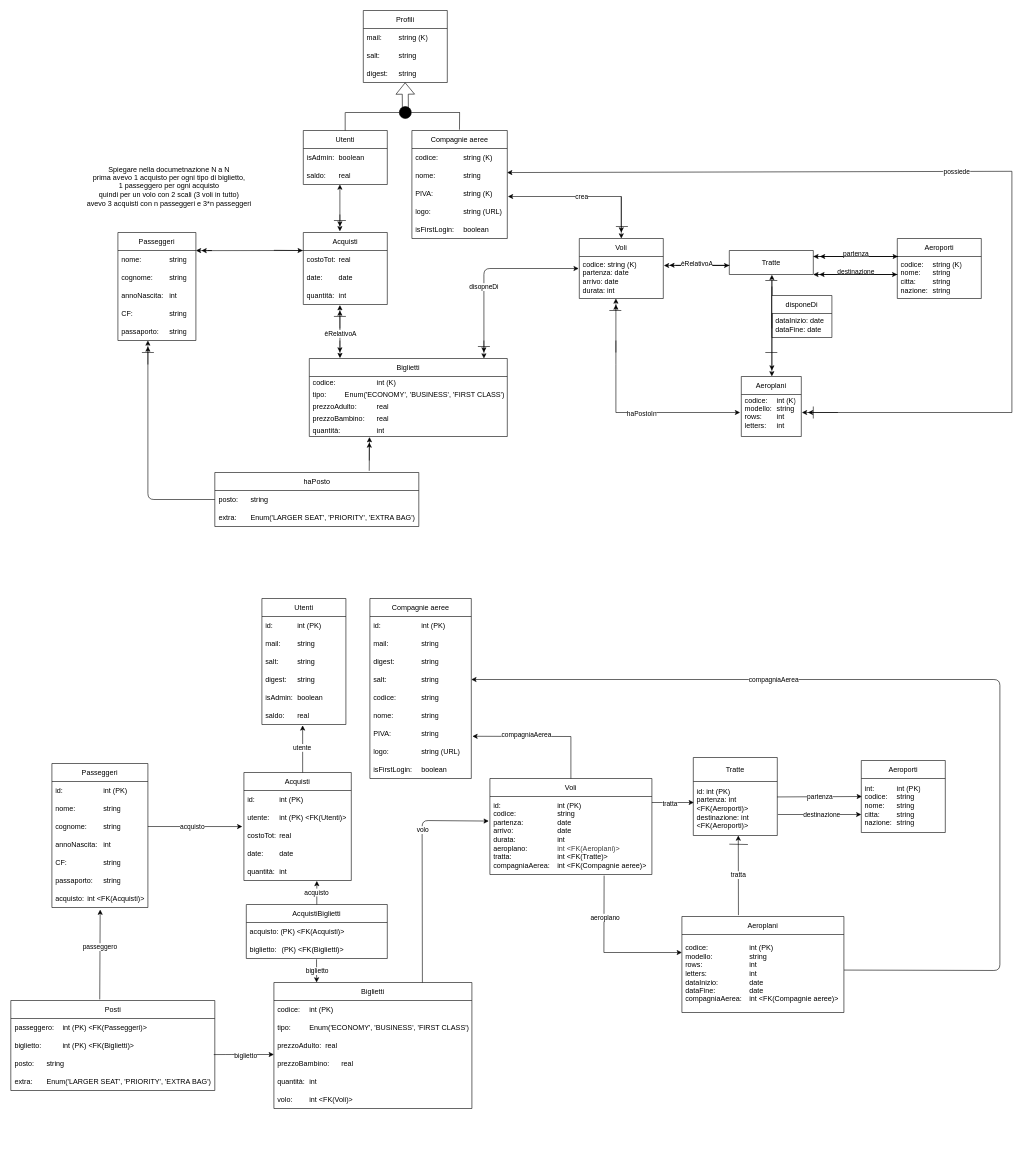
This is BD/DB.drawio from giovanni-quacchia/Airports_projects, a draw.io file, before an edit. Source tidied: cells renumbered, new cells numbered last; positions are measured from the earlier drawing's top-left corner, leaving out a move shared by most shapes. Both pictures are drawn from the tidied source at 60%, with x=0, y=0 at pixel (11, 10).
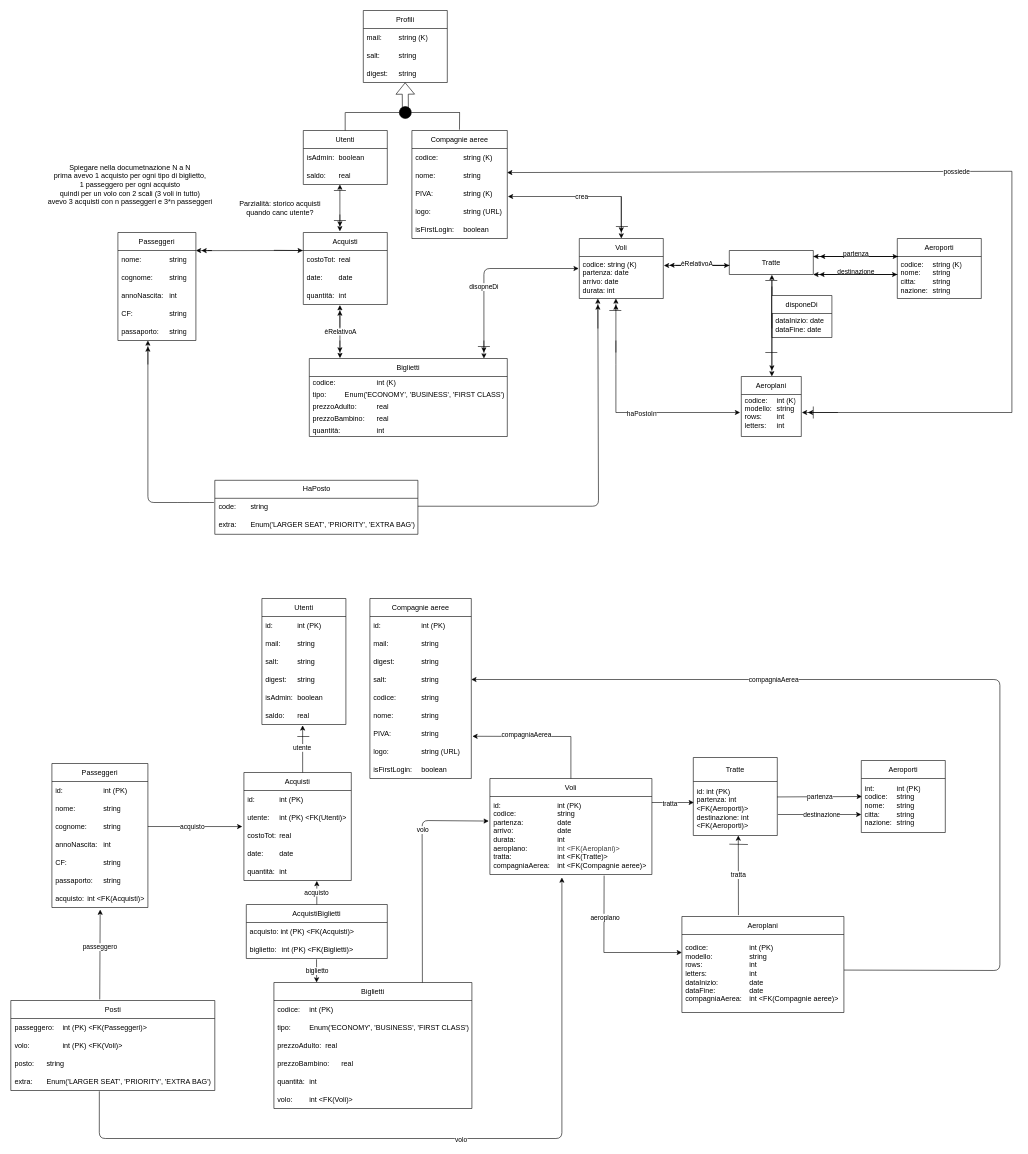
Above is the later version.

Unchanged cells that the change refers to:
```xml
<mxCell id="38" value="quantità: &lt;span style=&quot;white-space: pre;&quot;&gt;&#9;&lt;span style=&quot;white-space: pre;&quot;&gt;&#9;&lt;/span&gt;&lt;span style=&quot;white-space: pre;&quot;&gt;&#9;&lt;/span&gt;&lt;/span&gt;int" style="text;strokeColor=none;fillColor=none;align=left;verticalAlign=middle;spacingLeft=4;spacingRight=4;overflow=hidden;points=[[0,0.5],[1,0.5]];portConstraint=eastwest;whiteSpace=wrap;html=1;" parent="33" vertex="1">
  <mxGeometry y="110" width="330" height="20" as="geometry" />
</mxCell>
<mxCell id="77" style="endArrow=classic;startArrow=classic;html=1;exitX=0.155;exitY=-0.005;exitDx=0;exitDy=0;exitPerimeter=0;" parent="1" edge="1" source="33">
  <mxGeometry relative="1" as="geometry">
    <mxPoint x="548" y="491" as="targetPoint" />
  </mxGeometry>
</mxCell>
<mxCell id="151" value="Posti" style="swimlane;fontStyle=0;horizontal=1;startSize=30;whiteSpace=wrap;html=1;" parent="1" vertex="1">
  <mxGeometry x="-0.5" y="1650" width="340" height="150" as="geometry" />
</mxCell>
<mxCell id="155" value="extra:&amp;nbsp;&lt;span style=&quot;white-space: pre;&quot;&gt;&#9;&lt;/span&gt;&lt;span style=&quot;color: rgb(0, 0, 0);&quot;&gt;Enum('LARGER SEAT', 'PRIORITY', 'EXTRA BAG')&lt;/span&gt;" style="text;strokeColor=none;fillColor=none;align=left;verticalAlign=middle;spacingLeft=4;spacingRight=4;overflow=hidden;points=[[0,0.5],[1,0.5]];portConstraint=eastwest;whiteSpace=wrap;html=1;" parent="151" vertex="1">
  <mxGeometry y="120" width="340" height="30" as="geometry" />
</mxCell>
<mxCell id="160" value="AcquistiBiglietti" style="swimlane;fontStyle=0;horizontal=1;startSize=30;whiteSpace=wrap;html=1;" parent="1" vertex="1">
  <mxGeometry x="392" y="1490" width="235" height="90" as="geometry" />
</mxCell>
```

The edit, as a diff of the source:
```diff
@@
     <mxCell id="78" value="èRelativoA" style="edgeLabel;html=1;align=center;verticalAlign=middle;" parent="77" vertex="1">
-      <mxGeometry x="-0.07" relative="1" as="geometry" />
+      <mxGeometry x="-0.07" relative="1" as="geometry">
+        <mxPoint y="-4" as="offset" />
+      </mxGeometry>
     </mxCell>
@@
-    <mxCell id="80" style="endArrow=none;html=1;" parent="1" edge="1">
-      <mxGeometry relative="1" as="geometry">
-        <mxPoint x="538" y="509.9" as="sourcePoint" />
-        <mxPoint x="558" y="509.9" as="targetPoint" />
-      </mxGeometry>
-    </mxCell>
@@
-    <mxCell id="88" value="haPosto" style="swimlane;fontStyle=0;horizontal=1;startSize=30;whiteSpace=wrap;html=1;" parent="1" vertex="1">
-      <mxGeometry x="339.5" y="770" width="340" height="90" as="geometry" />
+    <mxCell id="88" value="HaPosto" style="swimlane;fontStyle=0;horizontal=1;startSize=30;whiteSpace=wrap;html=1;" parent="1" vertex="1">
+      <mxGeometry x="339.5" y="783" width="338.5" height="90" as="geometry" />
     </mxCell>
-    <mxCell id="89" value="posto: &lt;span style=&quot;white-space: pre;&quot;&gt;&#9;&lt;/span&gt;string" style="text;strokeColor=none;fillColor=none;align=left;verticalAlign=middle;spacingLeft=4;spacingRight=4;overflow=hidden;points=[[0,0.5],[1,0.5]];portConstraint=eastwest;whiteSpace=wrap;html=1;" parent="88" vertex="1">
-      <mxGeometry y="30" width="340" height="30" as="geometry" />
+    <mxCell id="89" value="code: &lt;span style=&quot;white-space: pre;&quot;&gt;&#9;&lt;/span&gt;string" style="text;strokeColor=none;fillColor=none;align=left;verticalAlign=middle;spacingLeft=4;spacingRight=4;overflow=hidden;points=[[0,0.5],[1,0.5]];portConstraint=eastwest;whiteSpace=wrap;html=1;" parent="88" vertex="1">
+      <mxGeometry y="30" width="338.5" height="30" as="geometry" />
     </mxCell>
     <mxCell id="90" value="extra:&amp;nbsp;&lt;span style=&quot;white-space: pre;&quot;&gt;&#9;&lt;/span&gt;&lt;span style=&quot;color: rgb(0, 0, 0);&quot;&gt;Enum('LARGER SEAT', 'PRIORITY', 'EXTRA BAG')&lt;/span&gt;" style="text;strokeColor=none;fillColor=none;align=left;verticalAlign=middle;spacingLeft=4;spacingRight=4;overflow=hidden;whiteSpace=wrap;html=1;" parent="88" vertex="1">
-      <mxGeometry y="60" width="340" height="30" as="geometry" />
+      <mxGeometry y="60" width="338.5" height="30" as="geometry" />
     </mxCell>
@@
-    <mxCell id="153" value="biglietto:&amp;nbsp;&lt;span style=&quot;white-space: pre;&quot;&gt;&#9;&lt;/span&gt;&lt;span style=&quot;white-space: pre;&quot;&gt;&#9;&lt;/span&gt;int (PK) &amp;lt;FK(Biglietti)&amp;gt;" style="text;strokeColor=none;fillColor=none;align=left;verticalAlign=middle;spacingLeft=4;spacingRight=4;overflow=hidden;points=[[0,0.5],[1,0.5]];portConstraint=eastwest;whiteSpace=wrap;html=1;" parent="151" vertex="1">
+    <mxCell id="153" value="volo:&amp;nbsp;&lt;span style=&quot;white-space: pre;&quot;&gt;&#9;&lt;/span&gt;&lt;span style=&quot;white-space: pre;&quot;&gt;&#9;&lt;/span&gt;int (PK) &amp;lt;FK(Voli)&amp;gt;" style="text;strokeColor=none;fillColor=none;align=left;verticalAlign=middle;spacingLeft=4;spacingRight=4;overflow=hidden;points=[[0,0.5],[1,0.5]];portConstraint=eastwest;whiteSpace=wrap;html=1;" parent="151" vertex="1">
       <mxGeometry y="60" width="340" height="30" as="geometry" />
     </mxCell>
@@
-    <mxCell id="161" value="acquisto: (PK) &amp;lt;FK(Acquisti)&amp;gt;" style="text;strokeColor=none;fillColor=none;align=left;verticalAlign=middle;spacingLeft=4;spacingRight=4;overflow=hidden;whiteSpace=wrap;html=1;" parent="160" vertex="1">
+    <mxCell id="161" value="acquisto: int (PK) &amp;lt;FK(Acquisti)&amp;gt;" style="text;strokeColor=none;fillColor=none;align=left;verticalAlign=middle;spacingLeft=4;spacingRight=4;overflow=hidden;whiteSpace=wrap;html=1;" parent="160" vertex="1">
       <mxGeometry y="30" width="235" height="30" as="geometry" />
     </mxCell>
-    <mxCell id="162" value="biglietto:&amp;nbsp;&lt;span style=&quot;white-space: pre;&quot;&gt;&#9;&lt;/span&gt;(PK) &amp;lt;FK(Biglietti)&amp;gt;" style="text;strokeColor=none;fillColor=none;align=left;verticalAlign=middle;spacingLeft=4;spacingRight=4;overflow=hidden;points=[[0,0.5],[1,0.5]];portConstraint=eastwest;whiteSpace=wrap;html=1;" parent="160" vertex="1">
+    <mxCell id="162" value="biglietto:&amp;nbsp;&lt;span style=&quot;white-space: pre;&quot;&gt;&#9;&lt;/span&gt;int (PK) &amp;lt;FK(Biglietti)&amp;gt;" style="text;strokeColor=none;fillColor=none;align=left;verticalAlign=middle;spacingLeft=4;spacingRight=4;overflow=hidden;points=[[0,0.5],[1,0.5]];portConstraint=eastwest;whiteSpace=wrap;html=1;" parent="160" vertex="1">
       <mxGeometry y="60" width="235" height="30" as="geometry" />
     </mxCell>
@@
-    <mxCell id="171" style="endArrow=classic;html=1;exitX=0;exitY=0.5;exitDx=0;exitDy=0;" parent="1" edge="1" source="89">
+    <mxCell id="171" style="endArrow=classic;html=1;" parent="1" edge="1">
       <mxGeometry relative="1" as="geometry">
+        <mxPoint x="338" y="820" as="sourcePoint" />
         <mxPoint x="228" y="550" as="targetPoint" />
         <Array as="points">
-          <mxPoint x="228" y="815" />
+          <mxPoint x="288" y="820" />
+          <mxPoint x="228" y="820" />
         </Array>
       </mxGeometry>
     </mxCell>
-    <mxCell id="172" style="endArrow=classic;html=1;exitX=0.757;exitY=-0.031;exitDx=0;exitDy=0;entryX=0.304;entryY=1.048;entryDx=0;entryDy=0;entryPerimeter=0;exitPerimeter=0;" parent="1" edge="1" source="88" target="38">
-      <mxGeometry relative="1" as="geometry" />
-    </mxCell>
-    <mxCell id="173" style="endArrow=classic;html=1;" parent="1" edge="1">
-      <mxGeometry relative="1" as="geometry">
-        <mxPoint x="597" y="750" as="sourcePoint" />
-        <mxPoint x="597" y="720" as="targetPoint" />
-      </mxGeometry>
-    </mxCell>
-    <mxCell id="174" style="endArrow=classic;html=1;" parent="1" edge="1">
-      <mxGeometry relative="1" as="geometry">
-        <mxPoint x="228" y="590" as="sourcePoint" />
-        <mxPoint x="228" y="560" as="targetPoint" />
-      </mxGeometry>
-    </mxCell>
@@
-    <mxCell id="179" style="endArrow=classic;html=1;exitX=0.995;exitY=1.004;exitDx=0;exitDy=0;exitPerimeter=0;" parent="1" edge="1" source="153">
+    <mxCell id="179" style="endArrow=classic;html=1;exitX=0.434;exitY=1.042;exitDx=0;exitDy=0;exitPerimeter=0;" parent="1" edge="1" source="155">
       <mxGeometry relative="1" as="geometry">
-        <mxPoint x="438" y="1740" as="targetPoint" />
+        <mxPoint x="918" y="1445" as="targetPoint" />
         <Array as="points">
-          <mxPoint x="368" y="1740" />
+          <mxPoint x="147" y="1880" />
+          <mxPoint x="918" y="1880" />
         </Array>
       </mxGeometry>
     </mxCell>
-    <mxCell id="180" value="biglietto" style="edgeLabel;html=1;align=center;verticalAlign=middle;" parent="179" vertex="1">
+    <mxCell id="180" value="volo" style="edgeLabel;html=1;align=center;verticalAlign=middle;" parent="179" vertex="1">
       <mxGeometry x="0.06" y="-1" relative="1" as="geometry" />
     </mxCell>
-    <mxCell id="181" style="endArrow=none;html=1;" parent="1" edge="1">
-      <mxGeometry relative="1" as="geometry">
-        <mxPoint x="218" y="570" as="sourcePoint" />
-        <mxPoint x="238" y="570" as="targetPoint" />
-      </mxGeometry>
-    </mxCell>
     <mxCell id="182" value="Spiegare nella documetnazione N a N&lt;br&gt;prima avevo 1 acquisto per ogni tipo di biglietto,&lt;div&gt;1 passeggero per ogni acquisto&lt;br&gt;quindi per un volo con 2 scali (3 voli in tutto)&lt;br&gt;avevo 3 acquisti con n passeggeri e 3*n passeggeri&lt;/div&gt;" style="text;html=1;align=center;verticalAlign=middle;strokeColor=none;fillColor=none;" parent="1" vertex="1">
-      <mxGeometry x="113" y="248" width="300" height="90" as="geometry" />
+      <mxGeometry x="48" y="245" width="300" height="90" as="geometry" />
     </mxCell>
+    <mxCell id="183" style="edgeStyle=none;html=1;exitX=1;exitY=0.5;exitDx=0;exitDy=0;entryX=0.221;entryY=1.025;entryDx=0;entryDy=0;entryPerimeter=0;" parent="1" edge="1">
+      <mxGeometry relative="1" as="geometry">
+        <mxPoint x="678" y="826.2" as="sourcePoint" />
+        <mxPoint x="977.9" y="480" as="targetPoint" />
+        <Array as="points">
+          <mxPoint x="979" y="826.2" />
+        </Array>
+      </mxGeometry>
+    </mxCell>
+    <mxCell id="184" style="endArrow=classic;html=1;" parent="1" edge="1">
+      <mxGeometry relative="1" as="geometry">
+        <mxPoint x="978" y="530" as="sourcePoint" />
+        <mxPoint x="978" y="490" as="targetPoint" />
+      </mxGeometry>
+    </mxCell>
+    <mxCell id="185" style="endArrow=classic;html=1;" parent="1" edge="1">
+      <mxGeometry relative="1" as="geometry">
+        <mxPoint x="228" y="590" as="sourcePoint" />
+        <mxPoint x="228" y="560" as="targetPoint" />
+      </mxGeometry>
+    </mxCell>
+    <mxCell id="186" style="endArrow=none;html=1;" parent="1" edge="1">
+      <mxGeometry relative="1" as="geometry">
+        <mxPoint x="538" y="300" as="sourcePoint" />
+        <mxPoint x="558" y="300" as="targetPoint" />
+      </mxGeometry>
+    </mxCell>
+    <mxCell id="187" value="Parzialità: storico acquisti&lt;div&gt;quando canc utente?&lt;/div&gt;" style="text;html=1;align=center;verticalAlign=middle;strokeColor=none;fillColor=none;" parent="1" vertex="1">
+      <mxGeometry x="368" y="310" width="160" height="40" as="geometry" />
+    </mxCell>
+    <mxCell id="188" style="endArrow=none;html=1;" parent="1" edge="1">
+      <mxGeometry relative="1" as="geometry">
+        <mxPoint x="477" y="1210" as="sourcePoint" />
+        <mxPoint x="497" y="1210" as="targetPoint" />
+      </mxGeometry>
+    </mxCell>
```
